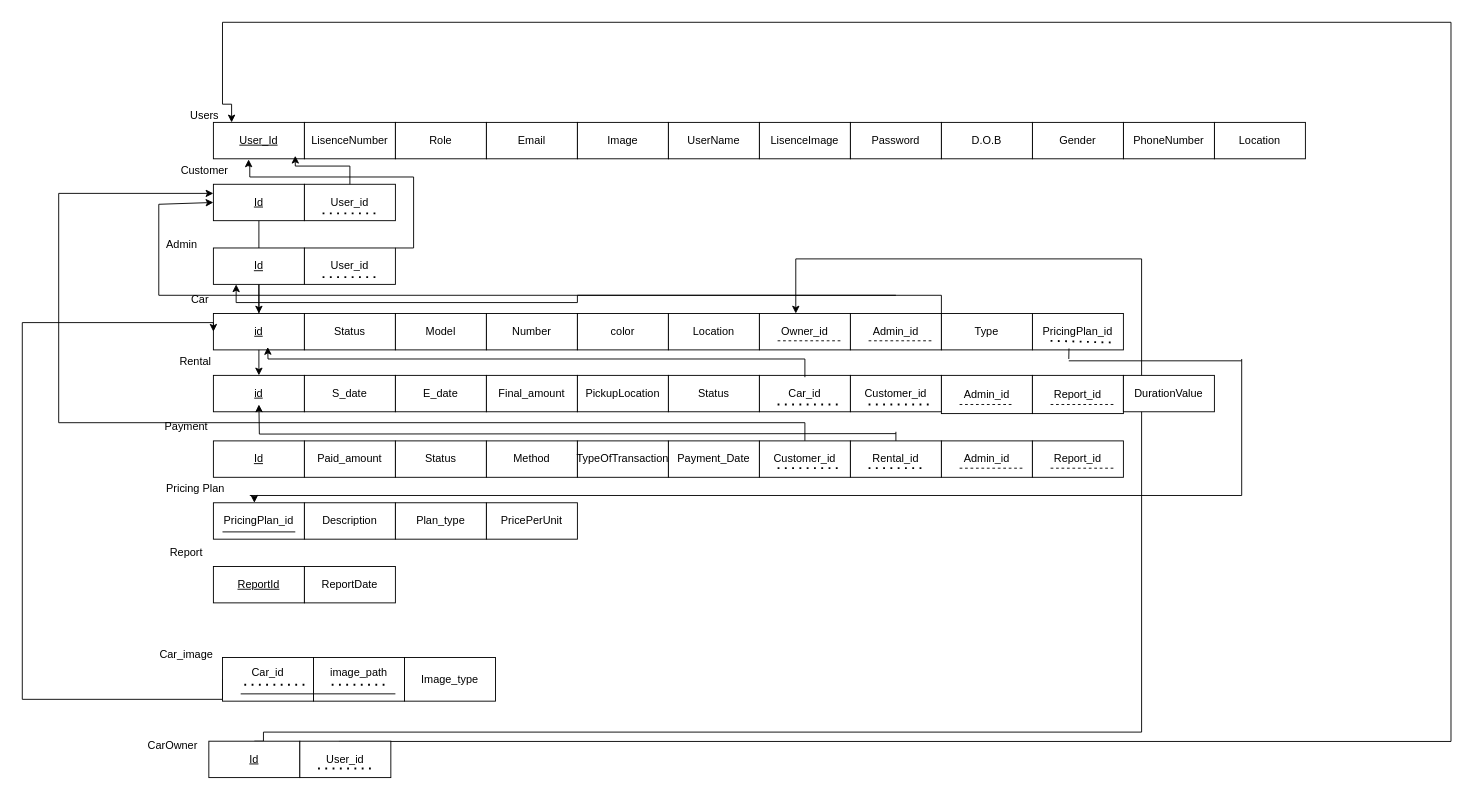
AsmaaIbrahim-lab/Car-Rental-Management-System keeps this draw.io diagram as Car_rental_schema.drawio. Above is the earlier version. Source tidied: cells renumbered, new cells numbered last; positions are measured from the earlier drawing's top-left corner, leaving out a move shared by most shapes. Both pictures are drawn from the tidied source at 91%, with x=0, y=0 at pixel (22, 22).
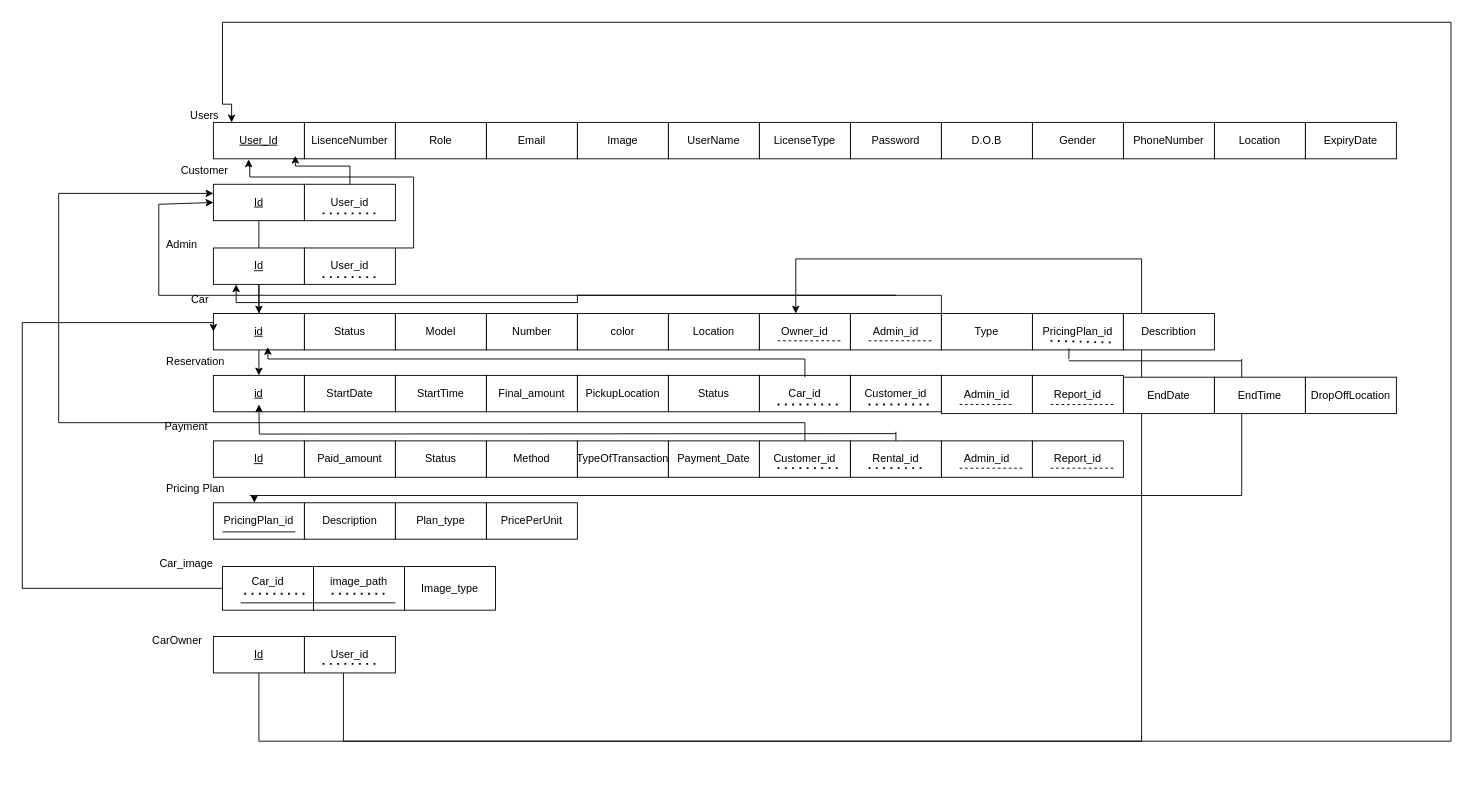
The same diagram, later.

Commit message (it also covers changes not shown here):
final ERD ,Schema

Unchanged cells that the change refers to:
```xml
<mxCell id="22" value="&lt;span style=&quot;text-decoration-line: underline;&quot;&gt;id&lt;/span&gt;" style="whiteSpace=wrap;html=1;align=center;" parent="1" vertex="1">
  <mxGeometry x="210" y="320" width="100" height="40" as="geometry" />
</mxCell>
<mxCell id="92" value="Owner_id" style="whiteSpace=wrap;html=1;align=center;" parent="1" vertex="1">
  <mxGeometry x="810" y="320" width="100" height="40" as="geometry" />
</mxCell>
```

The edit, as a diff of the source:
```diff
@@
-    <mxCell id="9" value="LisenceImage" style="whiteSpace=wrap;html=1;align=center;" parent="1" vertex="1">
-      <mxGeometry x="810" y="110" width="100" height="40" as="geometry" />
-    </mxCell>
@@
-    <mxCell id="28" value="Rental" style="text;html=1;align=center;verticalAlign=middle;strokeColor=none;fillColor=none;" parent="1" vertex="1">
-      <mxGeometry x="160" y="358" width="60" height="30" as="geometry" />
+    <mxCell id="28" value="Reservation" style="text;html=1;align=center;verticalAlign=middle;strokeColor=none;fillColor=none;" parent="1" vertex="1">
+      <mxGeometry x="145" y="358" width="90" height="30" as="geometry" />
     </mxCell>
@@
-    <mxCell id="30" value="S_date" style="whiteSpace=wrap;html=1;align=center;" parent="1" vertex="1">
+    <mxCell id="30" value="StartDate" style="whiteSpace=wrap;html=1;align=center;" parent="1" vertex="1">
       <mxGeometry x="310" y="388" width="100" height="40" as="geometry" />
     </mxCell>
-    <mxCell id="31" value="E_date" style="whiteSpace=wrap;html=1;align=center;" parent="1" vertex="1">
+    <mxCell id="31" value="StartTime" style="whiteSpace=wrap;html=1;align=center;" parent="1" vertex="1">
       <mxGeometry x="410" y="388" width="100" height="40" as="geometry" />
     </mxCell>
@@
-    <mxCell id="47" value="Report" style="text;html=1;align=center;verticalAlign=middle;strokeColor=none;fillColor=none;" parent="1" vertex="1">
-      <mxGeometry x="150" y="568" width="60" height="30" as="geometry" />
-    </mxCell>
-    <mxCell id="48" value="&lt;span style=&quot;text-decoration-line: underline;&quot;&gt;ReportId&lt;/span&gt;" style="whiteSpace=wrap;html=1;align=center;" parent="1" vertex="1">
-      <mxGeometry x="210" y="598" width="100" height="40" as="geometry" />
-    </mxCell>
-    <mxCell id="49" value="ReportDate" style="whiteSpace=wrap;html=1;align=center;" parent="1" vertex="1">
-      <mxGeometry x="310" y="598" width="100" height="40" as="geometry" />
-    </mxCell>
     <mxCell id="50" value="Car_image" style="text;html=1;align=center;verticalAlign=middle;strokeColor=none;fillColor=none;" parent="1" vertex="1">
-      <mxGeometry x="140" y="680" width="80" height="30" as="geometry" />
+      <mxGeometry x="140" y="580" width="80" height="30" as="geometry" />
     </mxCell>
     <mxCell id="51" style="edgeStyle=orthogonalEdgeStyle;rounded=0;jettySize=auto;html=1;exitX=0;exitY=0.5;exitDx=0;exitDy=0;entryX=0;entryY=0.5;entryDx=0;entryDy=0;" parent="1" edge="1" source="52" target="22">
       <mxGeometry relative="1" as="geometry">
         <Array as="points">
-          <mxPoint y="744" />
+          <mxPoint y="622" />
           <mxPoint y="330" />
           <mxPoint x="210" y="330" />
         </Array>
       </mxGeometry>
     </mxCell>
     <mxCell id="52" value="&lt;div&gt;&lt;span style=&quot;background-color: transparent; color: light-dark(rgb(0, 0, 0), rgb(255, 255, 255));&quot;&gt;Car_id&lt;/span&gt;&lt;/div&gt;&lt;div&gt;&lt;span style=&quot;background-color: transparent; color: light-dark(rgb(0, 0, 0), rgb(255, 255, 255));&quot;&gt;&lt;br&gt;&lt;/span&gt;&lt;/div&gt;" style="whiteSpace=wrap;html=1;align=center;" parent="1" vertex="1">
-      <mxGeometry x="220" y="698" width="100" height="48" as="geometry" />
+      <mxGeometry x="220" y="598" width="100" height="48" as="geometry" />
     </mxCell>
     <mxCell id="53" value="image_path&lt;div&gt;&lt;br&gt;&lt;/div&gt;" style="whiteSpace=wrap;html=1;align=center;" parent="1" vertex="1">
-      <mxGeometry x="320" y="698" width="100" height="48" as="geometry" />
+      <mxGeometry x="320" y="598" width="100" height="48" as="geometry" />
     </mxCell>
     <mxCell id="54" value="Image_type" style="whiteSpace=wrap;html=1;align=center;" parent="1" vertex="1">
-      <mxGeometry x="420" y="698" width="100" height="48" as="geometry" />
+      <mxGeometry x="420" y="598" width="100" height="48" as="geometry" />
     </mxCell>
     <mxCell id="55" style="endArrow=none;dashed=1;html=1;dashPattern=1 3;strokeWidth=2;rounded=0;exitX=0.9;exitY=0.625;exitDx=0;exitDy=0;exitPerimeter=0;" parent="1" edge="1" source="52">
       <mxGeometry relative="1" as="geometry">
-        <mxPoint x="240" y="728" as="targetPoint" />
+        <mxPoint x="240" y="628" as="targetPoint" />
       </mxGeometry>
     </mxCell>
     <mxCell id="56" style="endArrow=none;dashed=1;html=1;dashPattern=1 3;strokeWidth=2;rounded=0;" parent="1" edge="1">
       <mxGeometry relative="1" as="geometry">
-        <mxPoint x="340" y="728" as="sourcePoint" />
-        <mxPoint x="400" y="728" as="targetPoint" />
+        <mxPoint x="340" y="628" as="sourcePoint" />
+        <mxPoint x="400" y="628" as="targetPoint" />
       </mxGeometry>
     </mxCell>
     <mxCell id="57" style="endArrow=none;html=1;rounded=0;entryX=0.9;entryY=0.833;entryDx=0;entryDy=0;entryPerimeter=0;" parent="1" edge="1" target="53">
       <mxGeometry relative="1" as="geometry">
-        <mxPoint x="240" y="738" as="sourcePoint" />
+        <mxPoint x="240" y="638" as="sourcePoint" />
       </mxGeometry>
     </mxCell>
@@
     <mxCell id="72" style="edgeStyle=orthogonalEdgeStyle;rounded=0;jettySize=auto;html=1;exitX=0.5;exitY=0;exitDx=0;exitDy=0;" parent="1" edge="1" source="73" target="92">
       <mxGeometry relative="1" as="geometry">
         <Array as="points">
-          <mxPoint x="265" y="790" />
-          <mxPoint x="265" y="780" />
-          <mxPoint x="1230" y="780" />
+          <mxPoint x="260" y="790" />
+          <mxPoint x="1230" y="790" />
           <mxPoint x="1230" y="260" />
           <mxPoint x="850" y="260" />
         </Array>
       </mxGeometry>
     </mxCell>
     <mxCell id="73" value="&lt;span style=&quot;text-decoration-line: underline;&quot;&gt;Id&lt;/span&gt;" style="whiteSpace=wrap;html=1;align=center;" parent="1" vertex="1">
-      <mxGeometry x="205" y="790" width="100" height="40" as="geometry" />
+      <mxGeometry x="210" y="675" width="100" height="40" as="geometry" />
     </mxCell>
     <mxCell id="74" value="CarOwner" style="text;html=1;align=center;verticalAlign=middle;strokeColor=none;fillColor=none;" parent="1" vertex="1">
-      <mxGeometry x="125" y="780" width="80" height="30" as="geometry" />
+      <mxGeometry x="130" y="665" width="80" height="30" as="geometry" />
     </mxCell>
@@
     <mxCell id="76" value="User_id" style="whiteSpace=wrap;html=1;align=center;" parent="1" vertex="1">
-      <mxGeometry x="305" y="790" width="100" height="40" as="geometry" />
+      <mxGeometry x="310" y="675" width="100" height="40" as="geometry" />
     </mxCell>
@@
     <mxCell id="97" style="endArrow=none;dashed=1;html=1;dashPattern=1 3;strokeWidth=2;rounded=0;entryX=0.9;entryY=0.8;entryDx=0;entryDy=0;entryPerimeter=0;" parent="1" edge="1">
       <mxGeometry relative="1" as="geometry">
-        <mxPoint x="325" y="820" as="sourcePoint" />
-        <mxPoint x="385" y="820" as="targetPoint" />
+        <mxPoint x="330" y="705" as="sourcePoint" />
+        <mxPoint x="390" y="705" as="targetPoint" />
       </mxGeometry>
     </mxCell>
@@
-    <mxCell id="107" value="DurationValue" style="whiteSpace=wrap;html=1;align=center;" parent="1" vertex="1">
-      <mxGeometry x="1210" y="388" width="100" height="40" as="geometry" />
-    </mxCell>
@@
+    <mxCell id="111" value="LicenseType" style="whiteSpace=wrap;html=1;align=center;" parent="1" vertex="1">
+      <mxGeometry x="810" y="110" width="100" height="40" as="geometry" />
+    </mxCell>
+    <mxCell id="112" value="ExpiryDate" style="whiteSpace=wrap;html=1;align=center;" parent="1" vertex="1">
+      <mxGeometry x="1410" y="110" width="100" height="40" as="geometry" />
+    </mxCell>
+    <mxCell id="113" value="Describtion" style="whiteSpace=wrap;html=1;align=center;" parent="1" vertex="1">
+      <mxGeometry x="1210" y="320" width="100" height="40" as="geometry" />
+    </mxCell>
+    <mxCell id="114" value="EndDate" style="whiteSpace=wrap;html=1;align=center;" parent="1" vertex="1">
+      <mxGeometry x="1210" y="390" width="100" height="40" as="geometry" />
+    </mxCell>
+    <mxCell id="115" value="EndTime" style="whiteSpace=wrap;html=1;align=center;" parent="1" vertex="1">
+      <mxGeometry x="1310" y="390" width="100" height="40" as="geometry" />
+    </mxCell>
+    <mxCell id="116" value="DropOffLocation" style="whiteSpace=wrap;html=1;align=center;" parent="1" vertex="1">
+      <mxGeometry x="1410" y="390" width="100" height="40" as="geometry" />
+    </mxCell>
```
